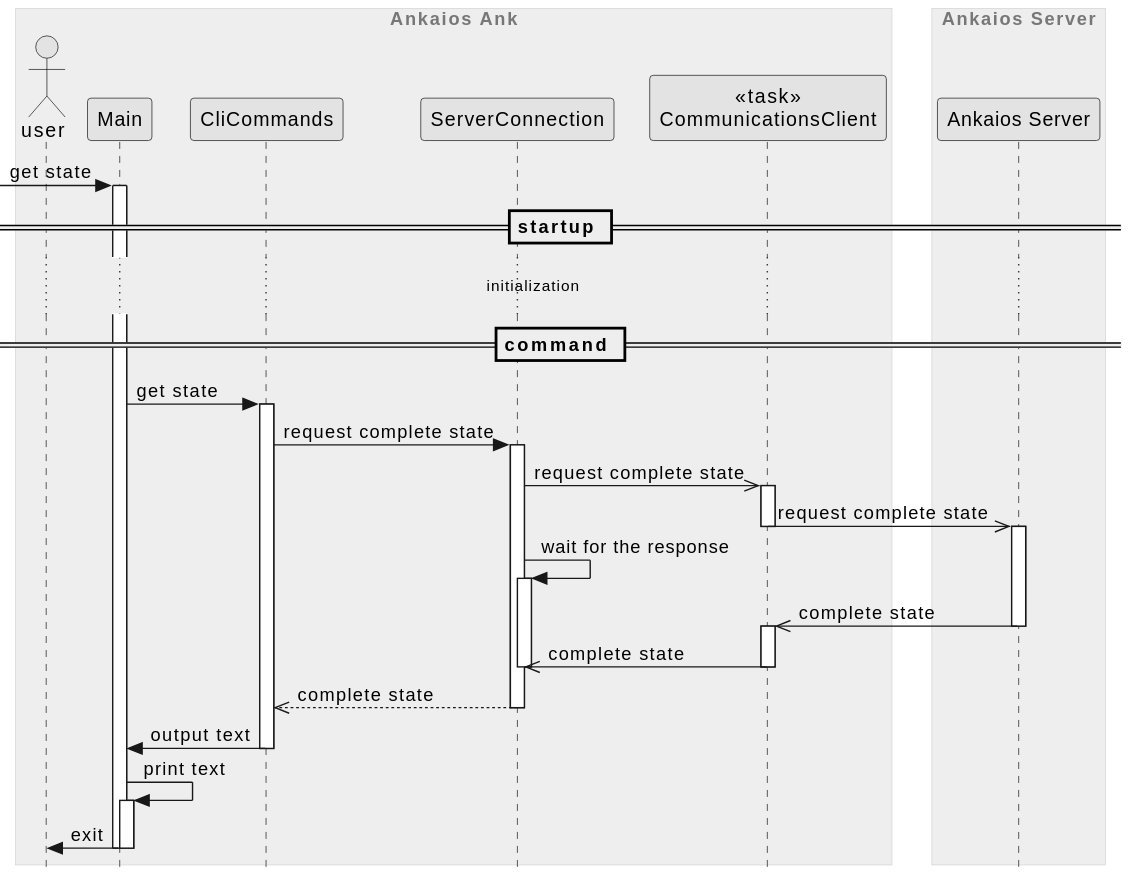
Before: ank/doc/swdesign/plantuml/seq_get_state.svg, a diagram exported from PlantUML (eclipse-ankaios/ankaios).
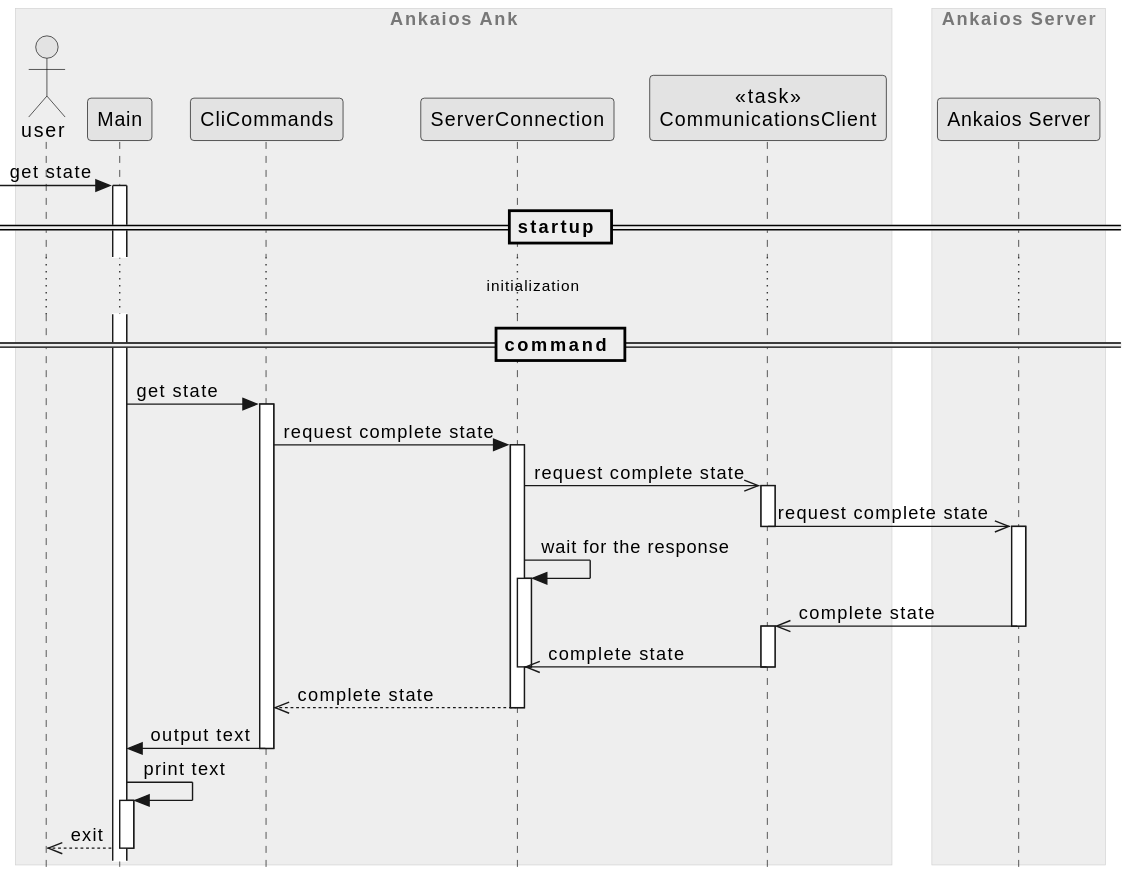
After the change.

Commit message:
Change main exit arrow

Change to the diagram source:
```diff
@@ -38,6 +38,5 @@
 deactivate cli_commands
 
 main -> main ++: print text
-user <- main -- : exit
-deactivate main
+user <<-- main -- : exit
 @enduml
```
